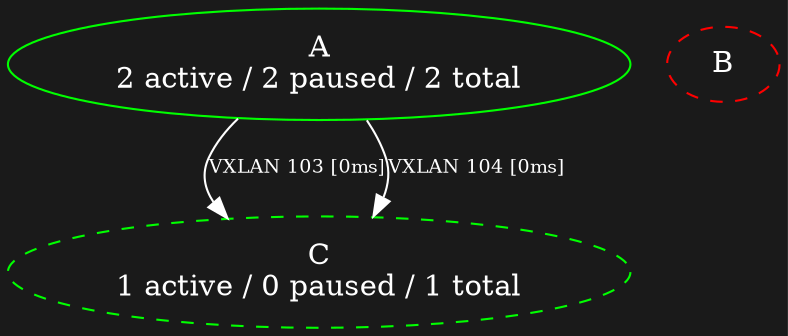
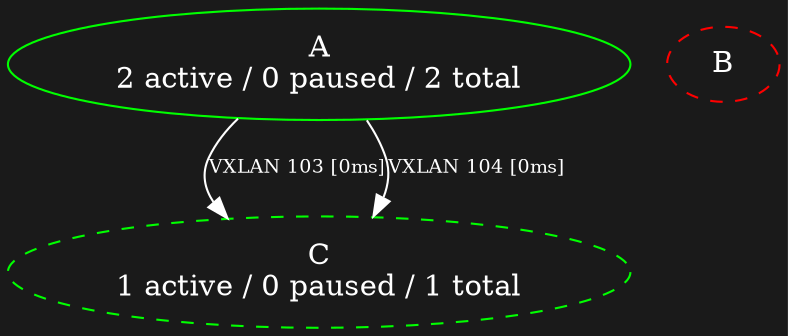
digraph G {
	bgcolor=grey10;
	node [color=white, fontcolor=white];
	edge [color=white, fontcolor=white, fontsize=9, labelangle=180, labeldistance=0.8];

- 	"A" [label="A\n2 active / 2 paused / 2 total"] [style=solid, color=green];
+ 	"A" [label="A\n2 active / 0 paused / 2 total"] [style=solid, color=green];

	"B" [label="B"] [style=dashed, color=red];

	"C" [label="C\n1 active / 0 paused / 1 total"] [style=dashed, color=green];
	"A" -> "C" [label="VXLAN 103 [0ms]"];
	"A" -> "C" [label="VXLAN 104 [0ms]"];
}
